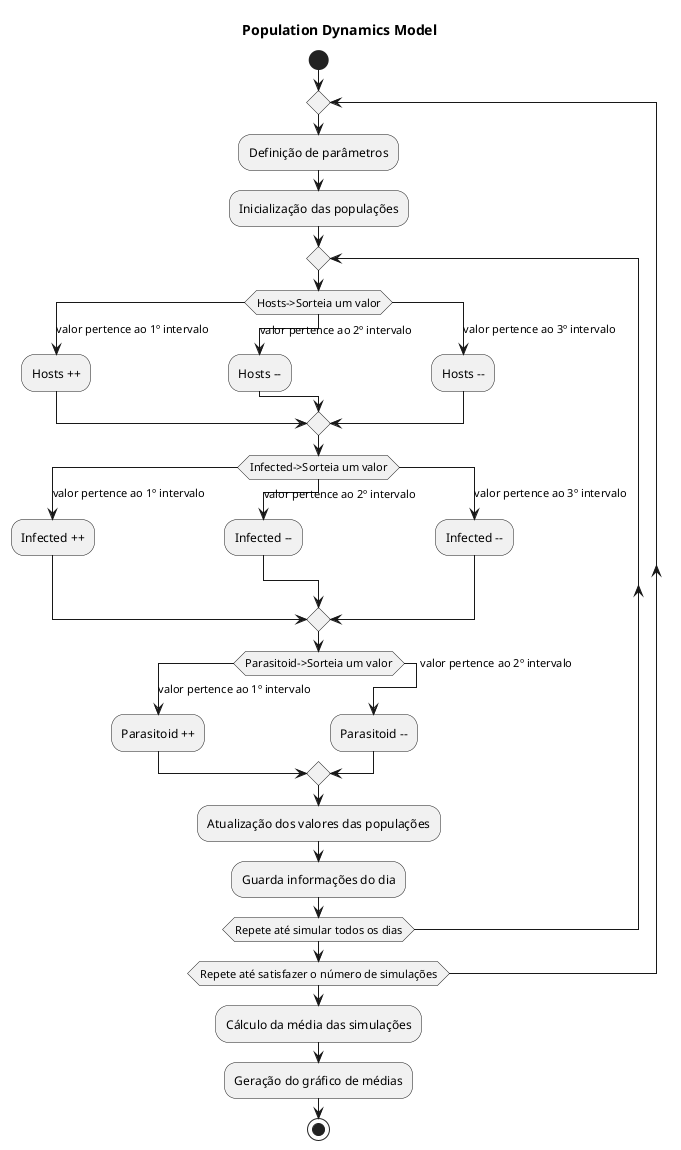
Earlier version of the PlantUML export diagram.png (alexandrendev/populationDynamics-MC).
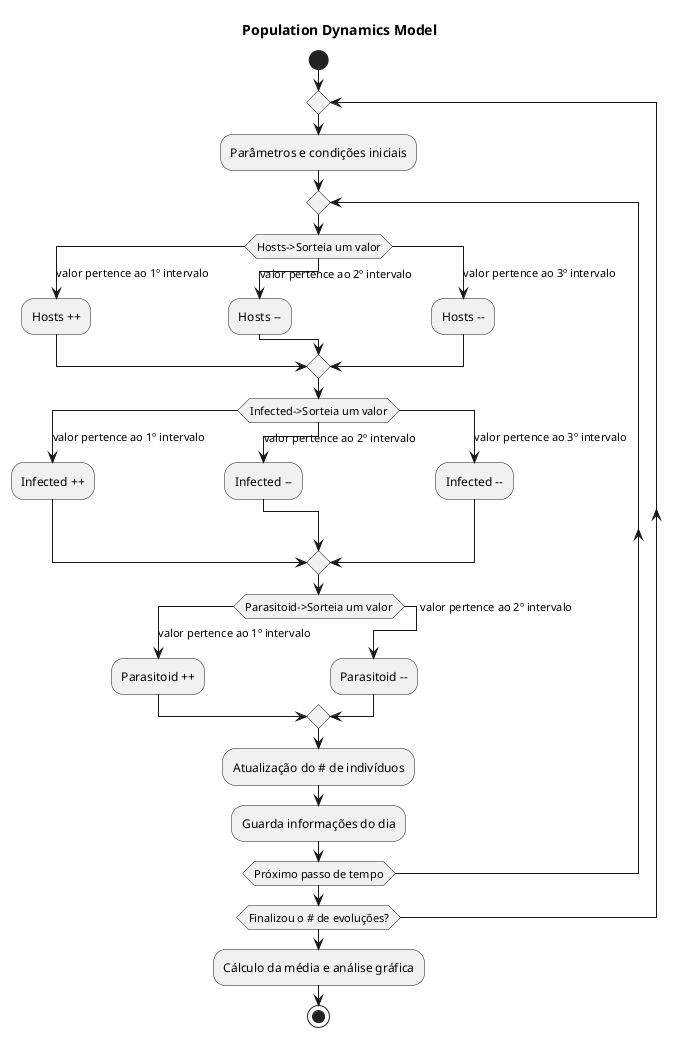
The same file after the commit.

What changed in the source:
```diff
@@ -4,8 +4,7 @@
 
 start
 repeat
-    :Definição de parâmetros;
-    :Inicialização das populações;
+    :Parâmetros e condições iniciais;
     repeat
 
     Switch (Hosts->Sorteia um valor)
@@ -33,13 +32,13 @@
         :Parasitoid --;
     endswitch
 
-    :Atualização dos valores das populações;
+    :Atualização do # de indivíduos;
     :Guarda informações do dia;
-    repeat while (Repete até simular todos os dias)
-repeat while (Repete até satisfazer o número de simulações)
+    repeat while (Próximo passo de tempo)
+repeat while (Finalizou o # de evoluções?)
 
-:Cálculo da média das simulações;
-:Geração do gráfico de médias;
+:Cálculo da média e análise gráfica;
+
 stop
 
 @enduml
```
